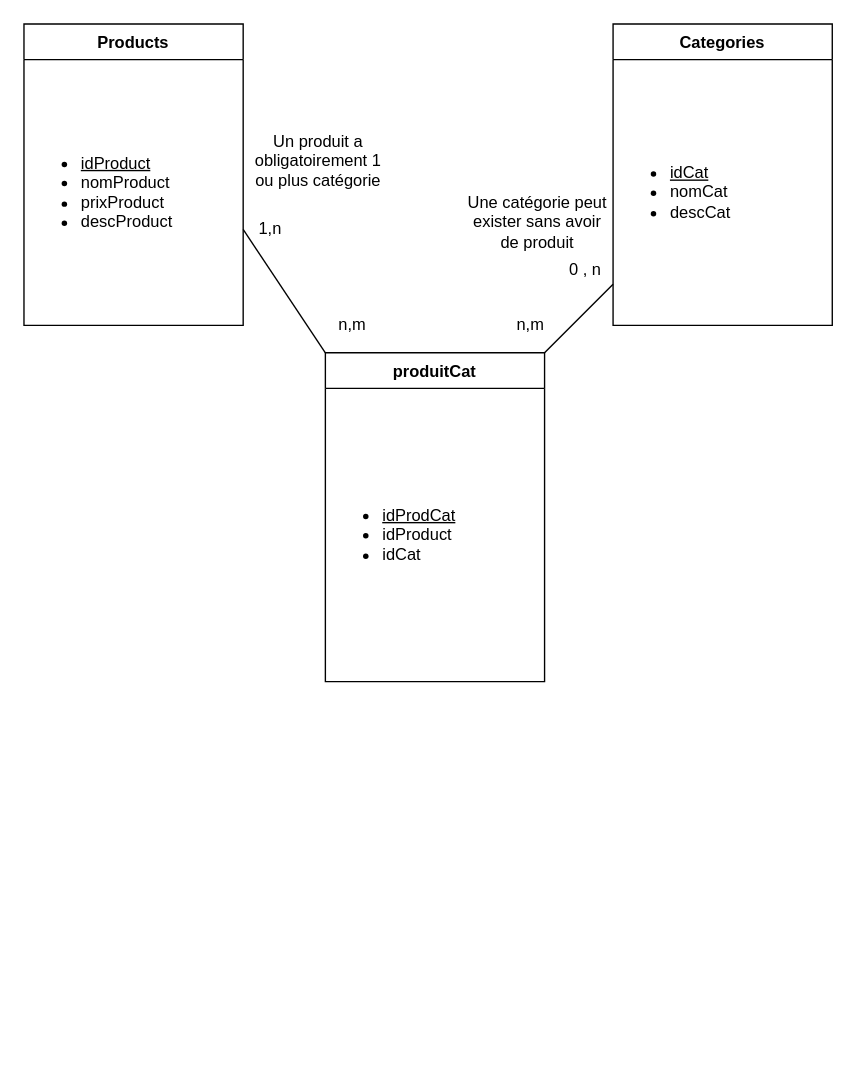
The draw.io diagram Untitled Diagram.drawio in RomualdLewandoski/AFAP-MLD, before the edit. Source tidied: cells renumbered, new cells numbered last; positions are measured from the earlier drawing's top-left corner, leaving out a move shared by most shapes. Both pictures are drawn from the tidied source at 137%, with x=0, y=0 at pixel (23, 23).
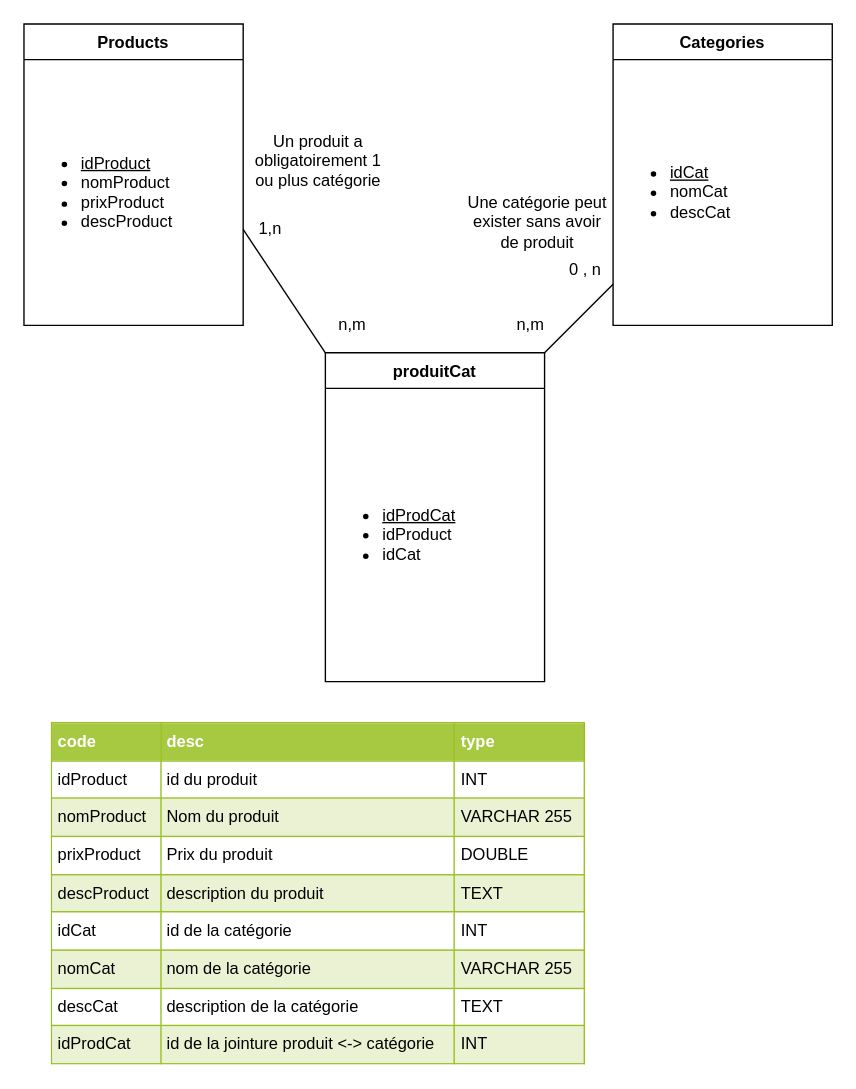
After the change.

Commit message:
Adding the data dictionary

Change to the diagram source:
```diff
@@
 <mxGraphModel>
   <root>
     <mxCell id="0" />
     <mxCell id="1" parent="0" />
     <mxCell id="2" value="Products" style="swimlane;fontStyle=1;horizontal=1;startSize=26;rounded=0;shadow=0;strokeWidth=1;" parent="1" vertex="1">
       <mxGeometry width="160" height="220" as="geometry" />
     </mxCell>
     <mxCell id="3" value="&lt;ul&gt;&lt;li&gt;&lt;u&gt;idProduct&lt;/u&gt;&lt;/li&gt;&lt;li&gt;nomProduct&lt;/li&gt;&lt;li&gt;prixProduct&lt;/li&gt;&lt;li&gt;descProduct&lt;/li&gt;&lt;/ul&gt;" style="text;html=1;strokeColor=none;fillColor=none;align=left;verticalAlign=middle;whiteSpace=wrap;rounded=0;" parent="2" vertex="1">
       <mxGeometry y="26" width="160" height="194" as="geometry" />
     </mxCell>
     <mxCell id="4" value="Categories" style="swimlane;fontStyle=1;horizontal=1;startSize=26;rounded=0;shadow=0;strokeWidth=1;" parent="1" vertex="1">
       <mxGeometry x="430" width="160" height="220" as="geometry" />
     </mxCell>
     <mxCell id="5" value="&lt;ul&gt;&lt;li&gt;&lt;u&gt;idCat&lt;/u&gt;&lt;/li&gt;&lt;li&gt;nomCat&lt;/li&gt;&lt;li&gt;descCat&lt;/li&gt;&lt;/ul&gt;" style="text;html=1;strokeColor=none;fillColor=none;align=left;verticalAlign=middle;whiteSpace=wrap;rounded=0;" parent="4" vertex="1">
       <mxGeometry y="26" width="160" height="194" as="geometry" />
     </mxCell>
     <mxCell id="6" value="0 , n" style="text;html=1;strokeColor=none;fillColor=none;align=center;verticalAlign=middle;whiteSpace=wrap;rounded=0;" parent="1" vertex="1">
       <mxGeometry x="390" y="170" width="40" height="20" as="geometry" />
     </mxCell>
     <mxCell id="7" value="1,n" style="text;html=1;strokeColor=none;fillColor=none;align=center;verticalAlign=middle;whiteSpace=wrap;rounded=0;" parent="1" vertex="1">
       <mxGeometry x="160" y="140" width="40" height="20" as="geometry" />
     </mxCell>
     <mxCell id="8" value="produitCat" style="swimlane;fontStyle=1;horizontal=1;startSize=26;rounded=0;shadow=0;strokeWidth=1;" parent="1" vertex="1">
       <mxGeometry x="220" y="240" width="160" height="240" as="geometry" />
     </mxCell>
     <mxCell id="9" value="&lt;ul&gt;&lt;li&gt;&lt;u&gt;idProdCat&lt;/u&gt;&lt;/li&gt;&lt;li&gt;idProduct&lt;/li&gt;&lt;li&gt;idCat&lt;/li&gt;&lt;/ul&gt;" style="text;html=1;strokeColor=none;fillColor=none;align=left;verticalAlign=middle;whiteSpace=wrap;rounded=0;" parent="8" vertex="1">
       <mxGeometry y="26" width="160" height="214" as="geometry" />
     </mxCell>
     <mxCell id="10" style="endArrow=none;html=1;entryX=0;entryY=0;entryDx=0;entryDy=0;" parent="1" edge="1" target="8">
       <mxGeometry relative="1" as="geometry">
         <mxPoint x="160" y="150" as="sourcePoint" />
       </mxGeometry>
     </mxCell>
     <mxCell id="11" style="endArrow=none;html=1;" parent="1" edge="1">
       <mxGeometry relative="1" as="geometry">
         <mxPoint x="380" y="240" as="sourcePoint" />
         <mxPoint x="430" y="190" as="targetPoint" />
       </mxGeometry>
     </mxCell>
     <mxCell id="12" value="n,m" style="text;html=1;strokeColor=none;fillColor=none;align=center;verticalAlign=middle;whiteSpace=wrap;rounded=0;" parent="1" vertex="1">
       <mxGeometry x="220" y="210" width="40" height="20" as="geometry" />
     </mxCell>
     <mxCell id="13" value="n,m" style="text;html=1;strokeColor=none;fillColor=none;align=center;verticalAlign=middle;whiteSpace=wrap;rounded=0;" parent="1" vertex="1">
       <mxGeometry x="350" y="210" width="40" height="20" as="geometry" />
     </mxCell>
     <mxCell id="14" value="Une catégorie peut exister sans avoir de produit" style="text;html=1;strokeColor=none;fillColor=none;align=center;verticalAlign=middle;whiteSpace=wrap;rounded=0;" parent="1" vertex="1">
       <mxGeometry x="320" y="120" width="110" height="50" as="geometry" />
     </mxCell>
     <mxCell id="15" value="Un produit a obligatoirement 1 ou plus catégorie" style="text;html=1;strokeColor=none;fillColor=none;align=center;verticalAlign=middle;whiteSpace=wrap;rounded=0;" parent="1" vertex="1">
       <mxGeometry x="160" y="70" width="110" height="60" as="geometry" />
     </mxCell>
+    <mxCell id="16" value="&lt;table border=&quot;1&quot; width=&quot;100%&quot; cellpadding=&quot;4&quot; style=&quot;width: 100% ; height: 100% ; border-collapse: collapse&quot;&gt;&lt;tbody&gt;&lt;tr style=&quot;background-color: #a7c942 ; color: #ffffff ; border: 1px solid #98bf21&quot;&gt;&lt;th align=&quot;left&quot;&gt;code&lt;/th&gt;&lt;th align=&quot;left&quot;&gt;desc&lt;/th&gt;&lt;th align=&quot;left&quot;&gt;type&lt;/th&gt;&lt;/tr&gt;&lt;tr style=&quot;border: 1px solid #98bf21&quot;&gt;&lt;td&gt;idProduct&lt;/td&gt;&lt;td&gt;id du produit&lt;/td&gt;&lt;td&gt;INT&lt;/td&gt;&lt;/tr&gt;&lt;tr style=&quot;background-color: #eaf2d3 ; border: 1px solid #98bf21&quot;&gt;&lt;td&gt;nomProduct&lt;/td&gt;&lt;td&gt;Nom du produit&lt;/td&gt;&lt;td&gt;VARCHAR 255&lt;/td&gt;&lt;/tr&gt;&lt;tr style=&quot;border: 1px solid #98bf21&quot;&gt;&lt;td&gt;prixProduct&lt;/td&gt;&lt;td&gt;Prix du produit&lt;/td&gt;&lt;td&gt;DOUBLE&lt;/td&gt;&lt;/tr&gt;&lt;tr style=&quot;background-color: #eaf2d3 ; border: 1px solid #98bf21&quot;&gt;&lt;td&gt;descProduct&lt;br&gt;&lt;/td&gt;&lt;td&gt;description du produit&lt;/td&gt;&lt;td&gt;TEXT&lt;/td&gt;&lt;/tr&gt;&lt;tr style=&quot;border: 1px solid #98bf21&quot;&gt;&lt;td&gt;idCat&lt;/td&gt;&lt;td&gt;id de la catégorie&lt;/td&gt;&lt;td&gt;INT&lt;/td&gt;&lt;/tr&gt;&lt;tr style=&quot;background-color: #eaf2d3 ; border: 1px solid #98bf21&quot;&gt;&lt;td&gt;nomCat&lt;/td&gt;&lt;td&gt;nom de la catégorie&lt;/td&gt;&lt;td&gt;VARCHAR 255&lt;/td&gt;&lt;/tr&gt;&lt;tr style=&quot;border: 1px solid #98bf21&quot;&gt;&lt;td&gt;descCat&lt;/td&gt;&lt;td&gt;description de la catégorie&lt;/td&gt;&lt;td&gt;TEXT&lt;/td&gt;&lt;/tr&gt;&lt;tr style=&quot;background-color: #eaf2d3 ; border: 1px solid #98bf21&quot;&gt;&lt;td&gt;idProdCat&lt;/td&gt;&lt;td&gt;id de la jointure produit &amp;lt;-&amp;gt; catégorie&lt;/td&gt;&lt;td&gt;INT&lt;/td&gt;&lt;/tr&gt;&lt;/tbody&gt;&lt;/table&gt;" style="text;html=1;overflow=fill;rounded=0;backgroundOutline=0;" parent="1" vertex="1">
+      <mxGeometry x="20" y="510" width="390" height="250" as="geometry" />
+    </mxCell>
   </root>
 </mxGraphModel>
```
